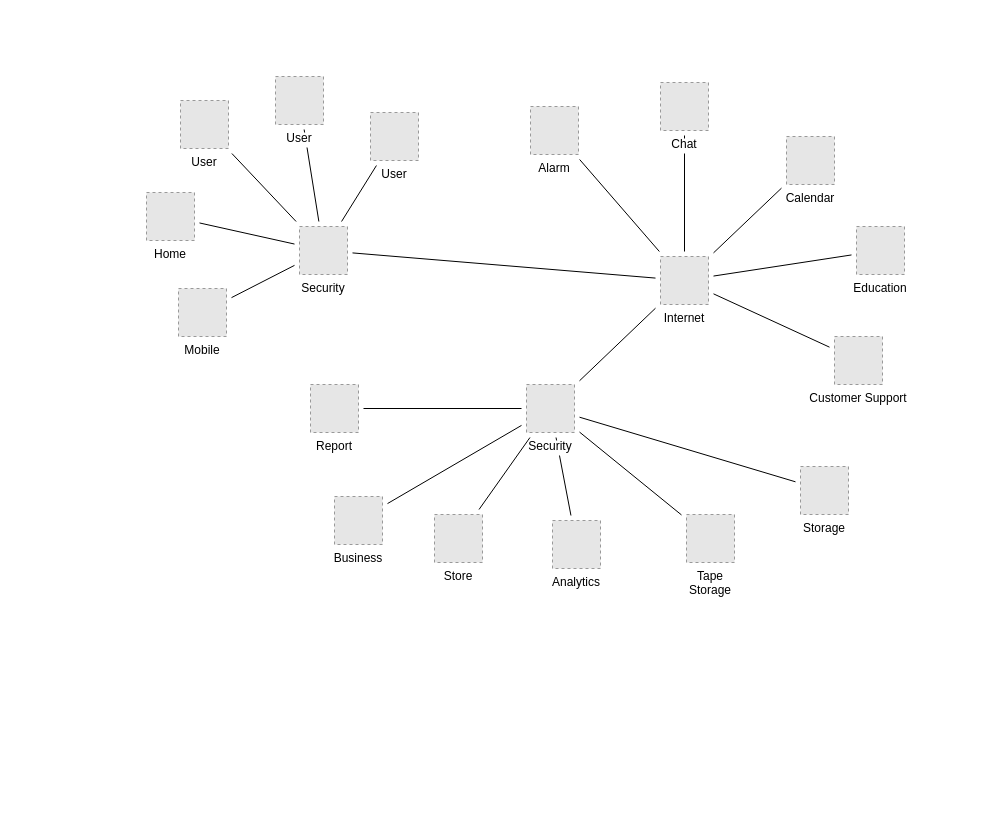
Earlier version of the draw.io diagram test-network/Waka Diagram.drawio (Hans-van-Velzen/Maori-Hyperledger). Source tidied: cells renumbered, new cells numbered last; positions are measured from the earlier drawing's top-left corner, leaving out a move shared by most shapes. Both pictures are drawn from the tidied source at 100%, with x=0, y=0 at pixel (146, 76). Pictures stored in the file or linked from it are replaced by grey dashed boxes.
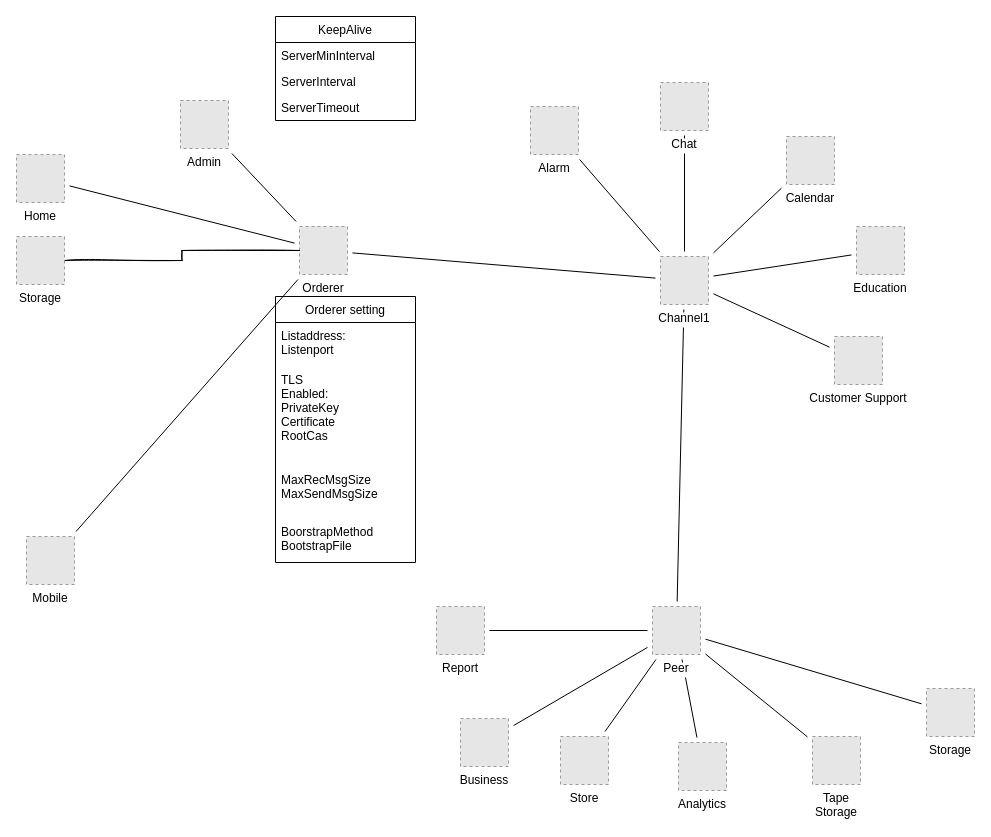
After the change.

The edit, as a diff of the source:
```diff
@@
-    <mxCell id="12" style="rounded=0;jettySize=auto;html=1;endArrow=none;endFill=0;sourcePerimeterSpacing=5;targetPerimeterSpacing=5;" parent="1" edge="1" source="36" target="31">
-      <mxGeometry relative="1" as="geometry" />
-    </mxCell>
-    <mxCell id="13" style="edgeStyle=none;rounded=0;jettySize=auto;html=1;sourcePerimeterSpacing=5;endArrow=none;endFill=0;targetPerimeterSpacing=5;" parent="1" edge="1" source="37" target="31">
-      <mxGeometry relative="1" as="geometry" />
-    </mxCell>
@@
     <mxCell id="20" value="Tape&#10;Storage" style="fillColor=#E6E6E6;strokeColor=#999999;dashed=1;verticalLabelPosition=bottom;verticalAlign=top;labelBackgroundColor=#ffffff;" parent="1" vertex="1">
-      <mxGeometry x="540" y="438" width="48" height="48" as="geometry" />
+      <mxGeometry x="666" y="660" width="48" height="48" as="geometry" />
     </mxCell>
     <mxCell id="21" value="Mobile" style="fillColor=#E6E6E6;strokeColor=#999999;dashed=1;verticalLabelPosition=bottom;verticalAlign=top;labelBackgroundColor=#ffffff;" parent="1" vertex="1">
-      <mxGeometry x="32" y="212" width="48" height="48" as="geometry" />
+      <mxGeometry x="-120" y="460" width="48" height="48" as="geometry" />
     </mxCell>
@@
     <mxCell id="24" value="Home" style="fillColor=#E6E6E6;strokeColor=#999999;dashed=1;verticalLabelPosition=bottom;verticalAlign=top;labelBackgroundColor=#ffffff;" parent="1" vertex="1">
-      <mxGeometry y="116" width="48" height="48" as="geometry" />
+      <mxGeometry x="-130" y="78" width="48" height="48" as="geometry" />
     </mxCell>
@@
     <mxCell id="27" value="Business" style="fillColor=#E6E6E6;strokeColor=#999999;dashed=1;verticalLabelPosition=bottom;verticalAlign=top;labelBackgroundColor=#ffffff;" parent="1" vertex="1">
-      <mxGeometry x="188" y="420" width="48" height="48" as="geometry" />
+      <mxGeometry x="314" y="642" width="48" height="48" as="geometry" />
     </mxCell>
     <mxCell id="28" value="Report" style="fillColor=#E6E6E6;strokeColor=#999999;dashed=1;verticalLabelPosition=bottom;verticalAlign=top;labelBackgroundColor=#ffffff;" parent="1" vertex="1">
-      <mxGeometry x="164" y="308" width="48" height="48" as="geometry" />
+      <mxGeometry x="290" y="530" width="48" height="48" as="geometry" />
     </mxCell>
     <mxCell id="29" value="Storage" style="fillColor=#E6E6E6;strokeColor=#999999;dashed=1;verticalLabelPosition=bottom;verticalAlign=top;labelBackgroundColor=#ffffff;" parent="1" vertex="1">
-      <mxGeometry x="654" y="390" width="48" height="48" as="geometry" />
+      <mxGeometry x="780" y="612" width="48" height="48" as="geometry" />
     </mxCell>
-    <mxCell id="30" value="Internet" style="fillColor=#E6E6E6;strokeColor=#999999;dashed=1;verticalLabelPosition=bottom;verticalAlign=top;labelBackgroundColor=#ffffff;" parent="1" vertex="1">
+    <mxCell id="30" value="Channel1" style="fillColor=#E6E6E6;strokeColor=#999999;dashed=1;verticalLabelPosition=bottom;verticalAlign=top;labelBackgroundColor=#ffffff;" parent="1" vertex="1">
       <mxGeometry x="514" y="180" width="48" height="48" as="geometry" />
     </mxCell>
-    <mxCell id="31" value="Security" style="fillColor=#E6E6E6;strokeColor=#999999;dashed=1;verticalLabelPosition=bottom;verticalAlign=top;labelBackgroundColor=#ffffff;" parent="1" vertex="1">
+    <mxCell id="31" value="Orderer" style="fillColor=#E6E6E6;strokeColor=#999999;dashed=1;verticalLabelPosition=bottom;verticalAlign=top;labelBackgroundColor=#ffffff;" parent="1" vertex="1">
       <mxGeometry x="153" y="150" width="48" height="48" as="geometry" />
     </mxCell>
@@
     <mxCell id="33" value="Analytics" style="fillColor=#E6E6E6;strokeColor=#999999;dashed=1;verticalLabelPosition=bottom;verticalAlign=top;labelBackgroundColor=#ffffff;" parent="1" vertex="1">
-      <mxGeometry x="406" y="444" width="48" height="48" as="geometry" />
+      <mxGeometry x="532" y="666" width="48" height="48" as="geometry" />
     </mxCell>
     <mxCell id="34" value="Store" style="fillColor=#E6E6E6;strokeColor=#999999;dashed=1;verticalLabelPosition=bottom;verticalAlign=top;labelBackgroundColor=#ffffff;" parent="1" vertex="1">
-      <mxGeometry x="288" y="438" width="48" height="48" as="geometry" />
+      <mxGeometry x="414" y="660" width="48" height="48" as="geometry" />
     </mxCell>
-    <mxCell id="35" value="User" style="fillColor=#E6E6E6;strokeColor=#999999;dashed=1;verticalLabelPosition=bottom;verticalAlign=top;labelBackgroundColor=#ffffff;" parent="1" vertex="1">
+    <mxCell id="35" value="Admin" style="fillColor=#E6E6E6;strokeColor=#999999;dashed=1;verticalLabelPosition=bottom;verticalAlign=top;labelBackgroundColor=#ffffff;" parent="1" vertex="1">
       <mxGeometry x="34" y="24" width="48" height="48" as="geometry" />
     </mxCell>
-    <mxCell id="36" value="User" style="fillColor=#E6E6E6;strokeColor=#999999;dashed=1;verticalLabelPosition=bottom;verticalAlign=top;labelBackgroundColor=#ffffff;" parent="1" vertex="1">
-      <mxGeometry x="224" y="36" width="48" height="48" as="geometry" />
-    </mxCell>
-    <mxCell id="37" value="User" style="fillColor=#E6E6E6;strokeColor=#999999;dashed=1;verticalLabelPosition=bottom;verticalAlign=top;labelBackgroundColor=#ffffff;" parent="1" vertex="1">
-      <mxGeometry x="129" width="48" height="48" as="geometry" />
-    </mxCell>
-    <mxCell id="38" value="Security" style="fillColor=#E6E6E6;strokeColor=#999999;dashed=1;verticalLabelPosition=bottom;verticalAlign=top;labelBackgroundColor=#ffffff;" parent="1" vertex="1">
-      <mxGeometry x="380" y="308" width="48" height="48" as="geometry" />
+    <mxCell id="38" value="Peer" style="fillColor=#E6E6E6;strokeColor=#999999;dashed=1;verticalLabelPosition=bottom;verticalAlign=top;labelBackgroundColor=#ffffff;" parent="1" vertex="1">
+      <mxGeometry x="506" y="530" width="48" height="48" as="geometry" />
     </mxCell>
+    <mxCell id="39" value="Orderer setting" style="swimlane;fontStyle=0;horizontal=1;startSize=26;fillColor=none;" parent="1" vertex="1">
+      <mxGeometry x="129" y="220" width="140" height="266" as="geometry" />
+    </mxCell>
+    <mxCell id="40" value="Listaddress:&#10;Listenport&#10;" style="text;strokeColor=none;fillColor=none;align=left;verticalAlign=top;spacingLeft=4;spacingRight=4;overflow=hidden;" parent="39" vertex="1">
+      <mxGeometry y="26" width="140" height="44" as="geometry" />
+    </mxCell>
+    <mxCell id="41" value="TLS&#10;Enabled:&#10;PrivateKey&#10;Certificate&#10;RootCas&#10;" style="text;strokeColor=none;fillColor=none;align=left;verticalAlign=top;spacingLeft=4;spacingRight=4;overflow=hidden;" parent="39" vertex="1">
+      <mxGeometry y="70" width="140" height="100" as="geometry" />
+    </mxCell>
+    <mxCell id="42" value="MaxRecMsgSize&#10;MaxSendMsgSize" style="text;strokeColor=none;fillColor=none;align=left;verticalAlign=top;spacingLeft=4;spacingRight=4;overflow=hidden;" parent="39" vertex="1">
+      <mxGeometry y="170" width="140" height="52" as="geometry" />
+    </mxCell>
+    <mxCell id="43" value="BoorstrapMethod&#10;BootstrapFile" style="text;strokeColor=none;fillColor=none;align=left;verticalAlign=top;spacingLeft=4;spacingRight=4;overflow=hidden;" parent="39" vertex="1">
+      <mxGeometry y="222" width="140" height="44" as="geometry" />
+    </mxCell>
+    <mxCell id="44" value="KeepAlive" style="swimlane;fontStyle=0;horizontal=1;startSize=26;fillColor=none;" parent="1" vertex="1">
+      <mxGeometry x="129" y="-60" width="140" height="104" as="geometry" />
+    </mxCell>
+    <mxCell id="45" value="ServerMinInterval" style="text;strokeColor=none;fillColor=none;align=left;verticalAlign=top;spacingLeft=4;spacingRight=4;overflow=hidden;" parent="44" vertex="1">
+      <mxGeometry y="26" width="140" height="26" as="geometry" />
+    </mxCell>
+    <mxCell id="46" value="ServerInterval" style="text;strokeColor=none;fillColor=none;align=left;verticalAlign=top;spacingLeft=4;spacingRight=4;overflow=hidden;" parent="44" vertex="1">
+      <mxGeometry y="52" width="140" height="26" as="geometry" />
+    </mxCell>
+    <mxCell id="47" value="ServerTimeout" style="text;strokeColor=none;fillColor=none;align=left;verticalAlign=top;spacingLeft=4;spacingRight=4;overflow=hidden;" parent="44" vertex="1">
+      <mxGeometry y="78" width="140" height="26" as="geometry" />
+    </mxCell>
+    <mxCell id="48" style="edgeStyle=orthogonalEdgeStyle;rounded=0;jettySize=auto;html=1;exitX=1;exitY=0.5;exitDx=0;exitDy=0;entryX=0;entryY=0.5;entryDx=0;entryDy=0;endArrow=none;endFill=0;sketch=1;" parent="1" edge="1" source="49" target="31">
+      <mxGeometry relative="1" as="geometry" />
+    </mxCell>
+    <mxCell id="49" value="Storage" style="fillColor=#E6E6E6;strokeColor=#999999;dashed=1;verticalLabelPosition=bottom;verticalAlign=top;labelBackgroundColor=#ffffff;" parent="1" vertex="1">
+      <mxGeometry x="-130" y="160" width="48" height="48" as="geometry" />
+    </mxCell>
```
